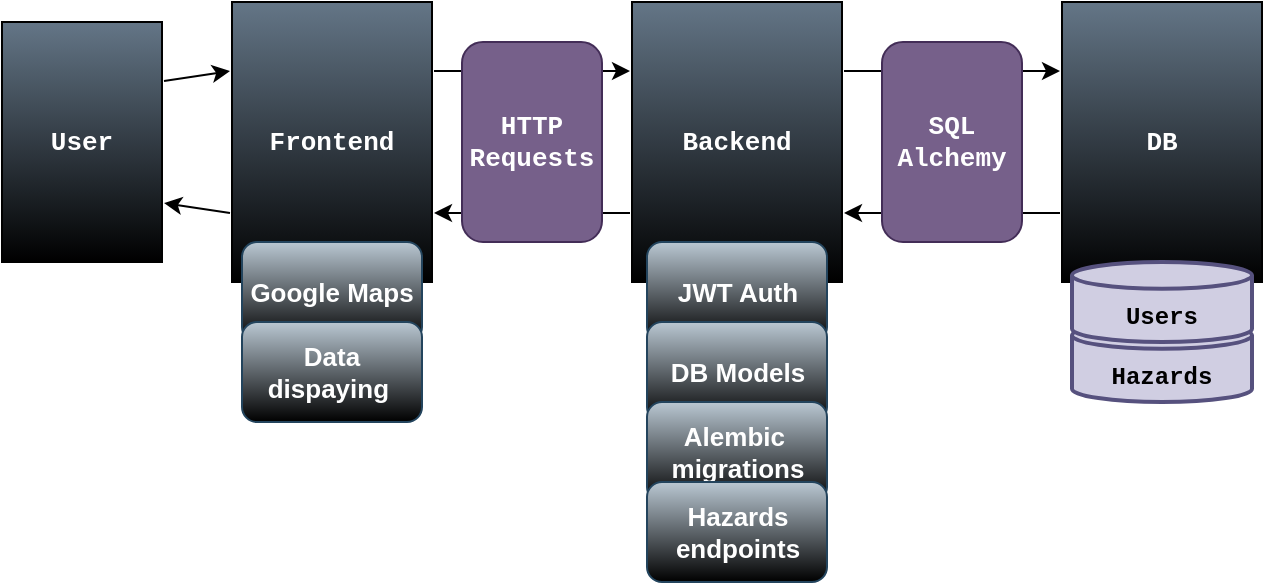
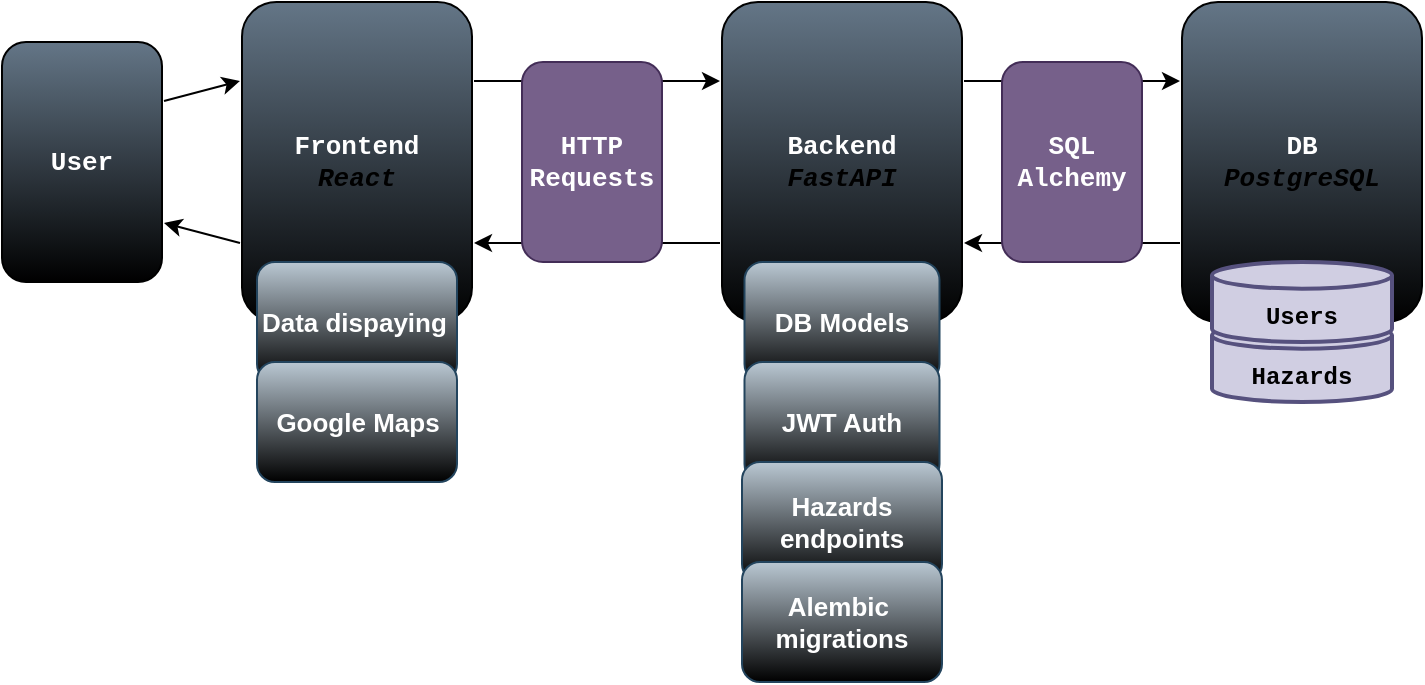
<mxfile host="app.diagrams.net">
  <diagram name="Page-1" id="fE-vq2PC2YxPwX-hsY-Q">
-     <mxGraphModel dx="774" dy="471" grid="1" gridSize="10" guides="1" tooltips="1" connect="1" arrows="1" fold="1" page="1" pageScale="1" pageWidth="850" pageHeight="1100" math="0" shadow="0">
+     <mxGraphModel dx="1720" dy="1047" grid="1" gridSize="10" guides="1" tooltips="1" connect="1" arrows="1" fold="1" page="1" pageScale="1" pageWidth="850" pageHeight="1100" math="0" shadow="0">
      <root>
        <mxCell id="0" />
        <mxCell id="1" parent="0" />
-         <mxCell id="uJ3ExEj3Bq2OlVYK0eTX-2" parent="1" style="rounded=0;whiteSpace=wrap;html=1;fillColor=#647687;fontColor=light-dark(#FFFFFF,#000000);strokeColor=default;perimeterSpacing=1;fontFamily=Courier New;fontStyle=1;gradientColor=default;fontSize=13;" value="User" vertex="1">
-           <mxGeometry height="120" width="80" x="90" y="260" as="geometry" />
+         <mxCell id="uJ3ExEj3Bq2OlVYK0eTX-2" parent="1" style="rounded=1;whiteSpace=wrap;html=1;fillColor=#647687;fontColor=light-dark(#FFFFFF,#000000);strokeColor=default;perimeterSpacing=1;fontFamily=Courier New;fontStyle=1;gradientColor=default;fontSize=13;" value="User" vertex="1">
+           <mxGeometry height="120" width="80" x="40" y="280" as="geometry" />
        </mxCell>
-         <mxCell id="uJ3ExEj3Bq2OlVYK0eTX-3" parent="1" style="rounded=0;whiteSpace=wrap;html=1;fillColor=#647687;fontColor=light-dark(#FFFFFF,#000000);strokeColor=default;perimeterSpacing=1;fontFamily=Courier New;fontStyle=1;gradientColor=default;fontSize=13;" value="Frontend" vertex="1">
-           <mxGeometry height="140" width="100" x="205" y="250" as="geometry" />
+         <mxCell id="uJ3ExEj3Bq2OlVYK0eTX-3" parent="1" style="rounded=1;whiteSpace=wrap;html=1;fillColor=#647687;fontColor=light-dark(#FFFFFF,#000000);strokeColor=default;perimeterSpacing=1;fontFamily=Courier New;fontStyle=1;gradientColor=default;fontSize=13;" value="Frontend&lt;div&gt;&lt;i&gt;&lt;font style=&quot;color: light-dark(rgb(0, 0, 0), rgb(71, 130, 255));&quot;&gt;React&lt;/font&gt;&lt;/i&gt;&lt;/div&gt;" vertex="1">
+           <mxGeometry height="160" width="115" x="160" y="260" as="geometry" />
        </mxCell>
-         <mxCell id="uJ3ExEj3Bq2OlVYK0eTX-4" parent="1" style="rounded=0;whiteSpace=wrap;html=1;fillColor=#647687;fontColor=light-dark(#FFFFFF,#000000);strokeColor=default;perimeterSpacing=1;fontFamily=Courier New;fontStyle=1;gradientColor=default;fontSize=13;" value="Backend" vertex="1">
-           <mxGeometry height="140" width="105" x="405" y="250" as="geometry" />
+         <mxCell id="uJ3ExEj3Bq2OlVYK0eTX-4" parent="1" style="rounded=1;whiteSpace=wrap;html=1;fillColor=#647687;fontColor=light-dark(#FFFFFF,#000000);strokeColor=default;perimeterSpacing=1;fontFamily=Courier New;fontStyle=1;gradientColor=default;fontSize=13;" value="Backend&lt;div&gt;&lt;i&gt;&lt;font style=&quot;color: light-dark(rgb(0, 0, 0), rgb(73, 88, 255));&quot;&gt;FastAPI&lt;/font&gt;&lt;/i&gt;&lt;/div&gt;" vertex="1">
+           <mxGeometry height="160" width="120" x="400" y="260" as="geometry" />
        </mxCell>
-         <mxCell id="uJ3ExEj3Bq2OlVYK0eTX-5" parent="1" style="rounded=0;whiteSpace=wrap;html=1;fillColor=#647687;fontColor=light-dark(#FFFFFF,#000000);strokeColor=default;perimeterSpacing=1;fontFamily=Courier New;fontStyle=1;gradientColor=default;fontSize=13;" value="DB" vertex="1">
-           <mxGeometry height="140" width="100" x="620" y="250" as="geometry" />
+         <mxCell id="uJ3ExEj3Bq2OlVYK0eTX-5" parent="1" style="rounded=1;whiteSpace=wrap;html=1;fillColor=#647687;fontColor=light-dark(#FFFFFF,#000000);strokeColor=default;perimeterSpacing=1;fontFamily=Courier New;fontStyle=1;gradientColor=default;fontSize=13;" value="DB&lt;div&gt;&lt;i&gt;&lt;font style=&quot;color: light-dark(rgb(0, 0, 0), rgb(73, 88, 255));&quot;&gt;PostgreSQL&lt;/font&gt;&lt;/i&gt;&lt;/div&gt;" vertex="1">
+           <mxGeometry height="160" width="120" x="630" y="260" as="geometry" />
        </mxCell>
        <mxCell id="uJ3ExEj3Bq2OlVYK0eTX-7" edge="1" parent="1" source="uJ3ExEj3Bq2OlVYK0eTX-2" style="endArrow=classic;html=1;rounded=0;exitX=1;exitY=0.25;exitDx=0;exitDy=0;entryX=0;entryY=0.25;entryDx=0;entryDy=0;fontStyle=1;fontSize=13;fontColor=light-dark(#FFFFFF,#000000);" target="uJ3ExEj3Bq2OlVYK0eTX-3" value="">
          <mxGeometry height="50" relative="1" width="50" as="geometry">
            <mxPoint x="150" y="360" as="sourcePoint" />
            <mxPoint x="200" y="310" as="targetPoint" />
          </mxGeometry>
        </mxCell>
        <mxCell id="uJ3ExEj3Bq2OlVYK0eTX-8" edge="1" parent="1" source="uJ3ExEj3Bq2OlVYK0eTX-3" style="endArrow=classic;html=1;rounded=0;entryX=1;entryY=0.75;entryDx=0;entryDy=0;exitX=0;exitY=0.75;exitDx=0;exitDy=0;fontStyle=1;fontSize=13;fontColor=light-dark(#FFFFFF,#000000);" target="uJ3ExEj3Bq2OlVYK0eTX-2" value="">
          <mxGeometry height="50" relative="1" width="50" as="geometry">
            <mxPoint x="210" y="430" as="sourcePoint" />
            <mxPoint x="260" y="380" as="targetPoint" />
          </mxGeometry>
        </mxCell>
        <mxCell id="uJ3ExEj3Bq2OlVYK0eTX-10" edge="1" parent="1" source="uJ3ExEj3Bq2OlVYK0eTX-3" style="endArrow=classic;html=1;rounded=0;exitX=1;exitY=0.25;exitDx=0;exitDy=0;entryX=0;entryY=0.25;entryDx=0;entryDy=0;fontStyle=1;fontSize=13;fontColor=light-dark(#FFFFFF,#000000);" target="uJ3ExEj3Bq2OlVYK0eTX-4" value="">
          <mxGeometry height="50" relative="1" width="50" as="geometry">
            <mxPoint x="310" y="330" as="sourcePoint" />
            <mxPoint x="360" y="280" as="targetPoint" />
          </mxGeometry>
        </mxCell>
        <mxCell id="uJ3ExEj3Bq2OlVYK0eTX-11" edge="1" parent="1" source="uJ3ExEj3Bq2OlVYK0eTX-4" style="endArrow=classic;html=1;rounded=0;exitX=0;exitY=0.75;exitDx=0;exitDy=0;entryX=1;entryY=0.75;entryDx=0;entryDy=0;fontStyle=1;fontSize=13;fontColor=light-dark(#FFFFFF,#000000);" target="uJ3ExEj3Bq2OlVYK0eTX-3" value="">
          <mxGeometry height="50" relative="1" width="50" as="geometry">
            <mxPoint x="290" y="400" as="sourcePoint" />
            <mxPoint x="340" y="350" as="targetPoint" />
          </mxGeometry>
        </mxCell>
        <mxCell id="uJ3ExEj3Bq2OlVYK0eTX-12" edge="1" parent="1" source="uJ3ExEj3Bq2OlVYK0eTX-4" style="endArrow=classic;html=1;rounded=0;entryX=0;entryY=0.25;entryDx=0;entryDy=0;exitX=1;exitY=0.25;exitDx=0;exitDy=0;fontStyle=1;fontSize=13;fontColor=light-dark(#FFFFFF,#000000);" target="uJ3ExEj3Bq2OlVYK0eTX-5" value="">
          <mxGeometry height="50" relative="1" width="50" as="geometry">
            <mxPoint x="460" y="360" as="sourcePoint" />
            <mxPoint x="470" y="380" as="targetPoint" />
          </mxGeometry>
        </mxCell>
        <mxCell id="uJ3ExEj3Bq2OlVYK0eTX-13" edge="1" parent="1" source="uJ3ExEj3Bq2OlVYK0eTX-5" style="endArrow=classic;html=1;rounded=0;entryX=1;entryY=0.75;entryDx=0;entryDy=0;exitX=0;exitY=0.75;exitDx=0;exitDy=0;fontStyle=1;fontSize=13;fontColor=light-dark(#FFFFFF,#000000);" target="uJ3ExEj3Bq2OlVYK0eTX-4" value="">
          <mxGeometry height="50" relative="1" width="50" as="geometry">
            <mxPoint x="430" y="430" as="sourcePoint" />
            <mxPoint x="480" y="380" as="targetPoint" />
          </mxGeometry>
        </mxCell>
        <mxCell id="uJ3ExEj3Bq2OlVYK0eTX-15" parent="1" style="rounded=1;whiteSpace=wrap;html=1;fillColor=#76608a;fontColor=light-dark(#FFFFFF,#000000);strokeColor=#432D57;perimeterSpacing=1;fontFamily=Courier New;fontStyle=1;glass=0;shadow=0;horizontal=1;fontSize=13;" value="HTTP Requests" vertex="1">
-           <mxGeometry height="100" width="70" x="320" y="270" as="geometry" />
+           <mxGeometry height="100" width="70" x="300" y="290" as="geometry" />
        </mxCell>
        <mxCell id="uJ3ExEj3Bq2OlVYK0eTX-16" parent="1" style="rounded=1;whiteSpace=wrap;html=1;fillColor=#76608a;fontColor=light-dark(#FFFFFF,#000000);strokeColor=#432D57;perimeterSpacing=1;fontFamily=Courier New;fontStyle=1;glass=0;shadow=0;horizontal=1;fontSize=13;" value="SQL&lt;div&gt;Alchemy&lt;/div&gt;" vertex="1">
-           <mxGeometry height="100" width="70" x="530" y="270" as="geometry" />
+           <mxGeometry height="100" width="70" x="540" y="290" as="geometry" />
+         </mxCell>
+         <mxCell id="uJ3ExEj3Bq2OlVYK0eTX-18" parent="1" style="rounded=1;whiteSpace=wrap;html=1;fillColor=#bac8d3;strokeColor=#23445d;fontStyle=1;fontSize=13;perimeterSpacing=3;gradientColor=default;fontColor=light-dark(#FFFFFF,#000000);" value="DB Models" vertex="1">
+           <mxGeometry height="60" width="97.5" x="411.25" y="390" as="geometry" />
+         </mxCell>
+         <mxCell id="uJ3ExEj3Bq2OlVYK0eTX-23" parent="1" style="rounded=1;whiteSpace=wrap;html=1;fillColor=#bac8d3;strokeColor=#23445d;fontStyle=1;fontSize=13;perimeterSpacing=3;gradientColor=default;fontColor=light-dark(#FFFFFF,#000000);" value="Data dispaying&amp;nbsp;" vertex="1">
+           <mxGeometry height="60" width="100" x="167.5" y="390" as="geometry" />
+         </mxCell>
+         <mxCell id="uJ3ExEj3Bq2OlVYK0eTX-28" parent="1" style="strokeWidth=2;html=1;shape=mxgraph.flowchart.database;whiteSpace=wrap;fillColor=#d0cee2;strokeColor=#56517e;fontFamily=Courier New;fontStyle=1" value="&lt;div&gt;&lt;br&gt;&lt;/div&gt;Hazards" vertex="1">
+           <mxGeometry height="40" width="90" x="645" y="420" as="geometry" />
+         </mxCell>
+         <mxCell id="uJ3ExEj3Bq2OlVYK0eTX-26" parent="1" style="strokeWidth=2;html=1;shape=mxgraph.flowchart.database;whiteSpace=wrap;fillColor=#d0cee2;strokeColor=#56517e;fontFamily=Courier New;fontStyle=1" value="&lt;div&gt;&lt;br&gt;&lt;/div&gt;Users" vertex="1">
+           <mxGeometry height="40" width="90" x="645" y="390" as="geometry" />
        </mxCell>
        <mxCell id="uJ3ExEj3Bq2OlVYK0eTX-17" parent="1" style="rounded=1;whiteSpace=wrap;html=1;fillColor=#bac8d3;strokeColor=#23445d;fontStyle=1;fontSize=13;perimeterSpacing=3;gradientColor=default;fontColor=light-dark(#FFFFFF,#000000);" value="JWT Auth" vertex="1">
-           <mxGeometry height="50" width="90" x="412.5" y="370" as="geometry" />
+           <mxGeometry height="60" width="97.5" x="411.25" y="440" as="geometry" />
        </mxCell>
-         <mxCell id="uJ3ExEj3Bq2OlVYK0eTX-18" parent="1" style="rounded=1;whiteSpace=wrap;html=1;fillColor=#bac8d3;strokeColor=#23445d;fontStyle=1;fontSize=13;perimeterSpacing=3;gradientColor=default;fontColor=light-dark(#FFFFFF,#000000);" value="DB Models" vertex="1">
-           <mxGeometry height="50" width="90" x="412.5" y="410" as="geometry" />
+         <mxCell id="uJ3ExEj3Bq2OlVYK0eTX-20" parent="1" style="rounded=1;whiteSpace=wrap;html=1;fillColor=#bac8d3;strokeColor=#23445d;fontStyle=1;fontSize=13;perimeterSpacing=3;gradientColor=default;fontColor=light-dark(#FFFFFF,#000000);" value="Hazards&lt;div&gt;endpoints&lt;/div&gt;" vertex="1">
+           <mxGeometry height="60" width="100" x="410" y="490" as="geometry" />
        </mxCell>
        <mxCell id="uJ3ExEj3Bq2OlVYK0eTX-19" parent="1" style="rounded=1;whiteSpace=wrap;html=1;fillColor=#bac8d3;strokeColor=#23445d;fontStyle=1;fontSize=13;perimeterSpacing=3;gradientColor=default;fontColor=light-dark(#FFFFFF,#000000);" value="Alembic&amp;nbsp;&lt;div&gt;migrations&lt;/div&gt;" vertex="1">
-           <mxGeometry height="50" width="90" x="412.5" y="450" as="geometry" />
-         </mxCell>
-         <mxCell id="uJ3ExEj3Bq2OlVYK0eTX-20" parent="1" style="rounded=1;whiteSpace=wrap;html=1;fillColor=#bac8d3;strokeColor=#23445d;fontStyle=1;fontSize=13;perimeterSpacing=3;gradientColor=default;fontColor=light-dark(#FFFFFF,#000000);" value="Hazards&lt;div&gt;endpoints&lt;/div&gt;" vertex="1">
-           <mxGeometry height="50" width="90" x="412.5" y="490" as="geometry" />
+           <mxGeometry height="60" width="100" x="410" y="540" as="geometry" />
        </mxCell>
        <mxCell id="uJ3ExEj3Bq2OlVYK0eTX-21" parent="1" style="rounded=1;whiteSpace=wrap;html=1;fillColor=#bac8d3;strokeColor=#23445d;fontStyle=1;fontSize=13;perimeterSpacing=3;gradientColor=default;fontColor=light-dark(#FFFFFF,#000000);" value="Google Maps" vertex="1">
-           <mxGeometry height="50" width="90" x="210" y="370" as="geometry" />
-         </mxCell>
-         <mxCell id="uJ3ExEj3Bq2OlVYK0eTX-23" parent="1" style="rounded=1;whiteSpace=wrap;html=1;fillColor=#bac8d3;strokeColor=#23445d;fontStyle=1;fontSize=13;perimeterSpacing=3;gradientColor=default;fontColor=light-dark(#FFFFFF,#000000);" value="Data dispaying&amp;nbsp;" vertex="1">
-           <mxGeometry height="50" width="90" x="210" y="410" as="geometry" />
-         </mxCell>
-         <mxCell id="uJ3ExEj3Bq2OlVYK0eTX-28" parent="1" style="strokeWidth=2;html=1;shape=mxgraph.flowchart.database;whiteSpace=wrap;fillColor=#d0cee2;strokeColor=#56517e;fontFamily=Courier New;fontStyle=1" value="&lt;div&gt;&lt;br&gt;&lt;/div&gt;Hazards" vertex="1">
-           <mxGeometry height="40" width="90" x="625" y="410" as="geometry" />
-         </mxCell>
-         <mxCell id="uJ3ExEj3Bq2OlVYK0eTX-26" parent="1" style="strokeWidth=2;html=1;shape=mxgraph.flowchart.database;whiteSpace=wrap;fillColor=#d0cee2;strokeColor=#56517e;fontFamily=Courier New;fontStyle=1" value="&lt;div&gt;&lt;br&gt;&lt;/div&gt;Users" vertex="1">
-           <mxGeometry height="40" width="90" x="625" y="380" as="geometry" />
+           <mxGeometry height="60" width="100" x="167.5" y="440" as="geometry" />
        </mxCell>
      </root>
    </mxGraphModel>
  </diagram>
</mxfile>
